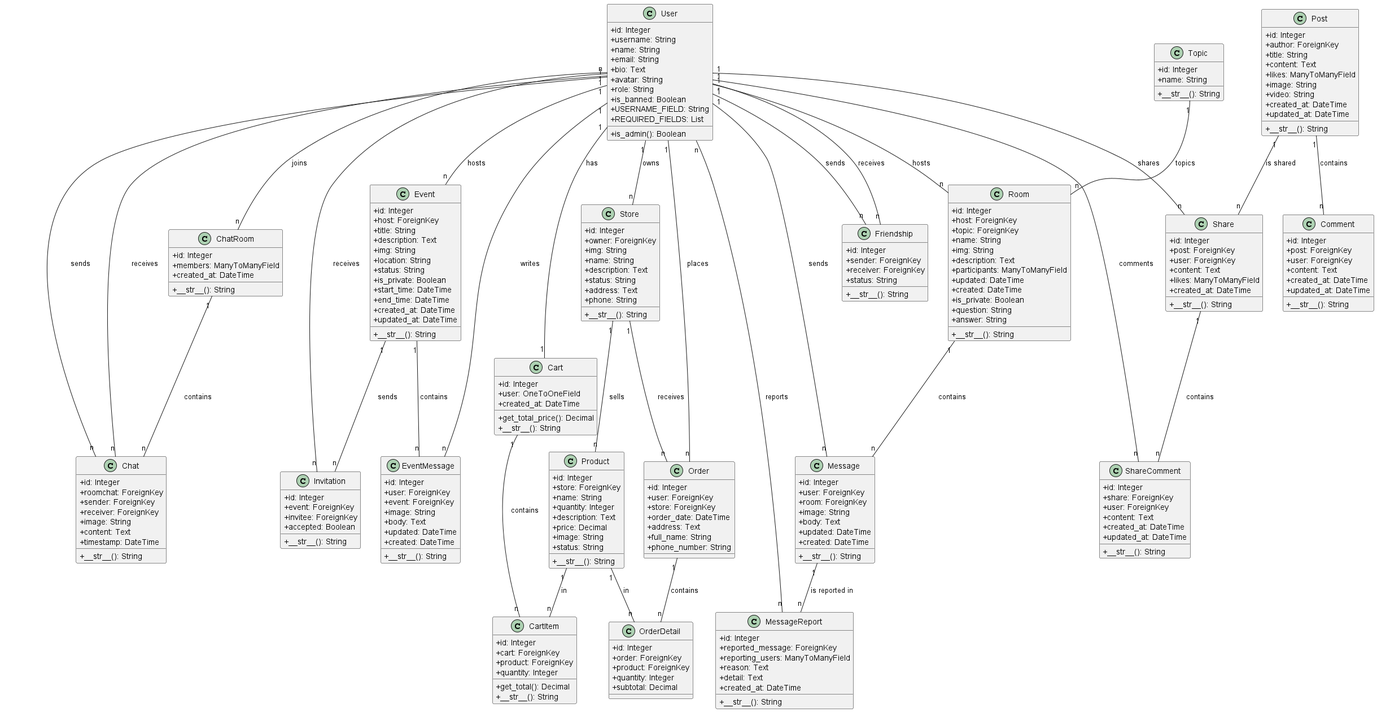
Before: out/classDiagram/classDiagram.png, a diagram exported from PlantUML (Trinhnadev/HealthyLiving).
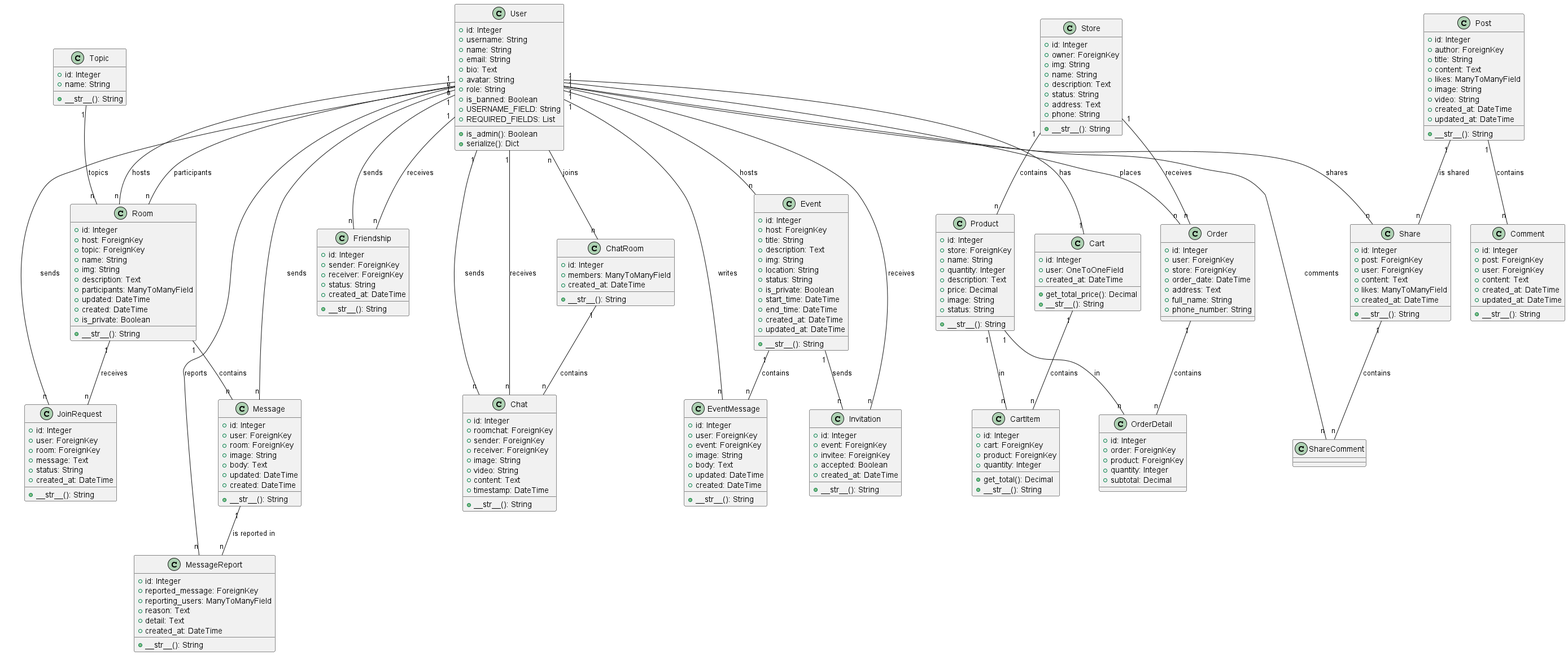
Later version of the same file.

Diff of the diagram source:
```diff
@@ -1,6 +1,4 @@
 @startuml
-
-skinparam ClassAttributeIconSize 0
 
 class User {
     + id: Integer
@@ -14,6 +12,7 @@
     + USERNAME_FIELD: String
     + REQUIRED_FIELDS: List
     + is_admin(): Boolean
+    + serialize(): Dict
 }
 
 class Topic {
@@ -33,8 +32,16 @@
     + updated: DateTime
     + created: DateTime
     + is_private: Boolean
-    + question: String
-    + answer: String
+    + __str__(): String
+}
+
+class JoinRequest {
+    + id: Integer
+    + user: ForeignKey
+    + room: ForeignKey
+    + message: Text
+    + status: String
+    + created_at: DateTime
     + __str__(): String
 }
 
@@ -64,6 +71,7 @@
     + sender: ForeignKey
     + receiver: ForeignKey
     + status: String
+    + created_at: DateTime
     + __str__(): String
 }
 
@@ -80,6 +88,7 @@
     + sender: ForeignKey
     + receiver: ForeignKey
     + image: String
+    + video: String
     + content: Text
     + timestamp: DateTime
     + __str__(): String
@@ -117,6 +126,7 @@
     + event: ForeignKey
     + invitee: ForeignKey
     + accepted: Boolean
+    + created_at: DateTime
     + __str__(): String
 }
 
@@ -212,20 +222,13 @@
     + __str__(): String
 }
 
-class ShareComment {
-    + id: Integer
-    + share: ForeignKey
-    + user: ForeignKey
-    + content: Text
-    + created_at: DateTime
-    + updated_at: DateTime
-    + __str__(): String
-}
-
 User "1" -- "n" Room : hosts
+User "n" -- "n" Room : participants
 Topic "1" -- "n" Room : topics
 User "1" -- "n" Message : sends
 Room "1" -- "n" Message : contains
+Room "1" -- "n" JoinRequest : receives
+User "1" -- "n" JoinRequest : sends
 Message "1" -- "n" MessageReport : is reported in
 User "n" -- "n" MessageReport : reports
 User "1" -- "n" Friendship : sends
@@ -239,8 +242,7 @@
 User "1" -- "n" EventMessage : writes
 Event "1" -- "n" Invitation : sends
 User "1" -- "n" Invitation : receives
-User "1" -- "n" Store : owns
-Store "1" -- "n" Product : sells
+Store "1" -- "n" Product : contains
 User "1" -- "1" Cart : has
 Cart "1" -- "n" CartItem : contains
 Product "1" -- "n" CartItem : in
```
